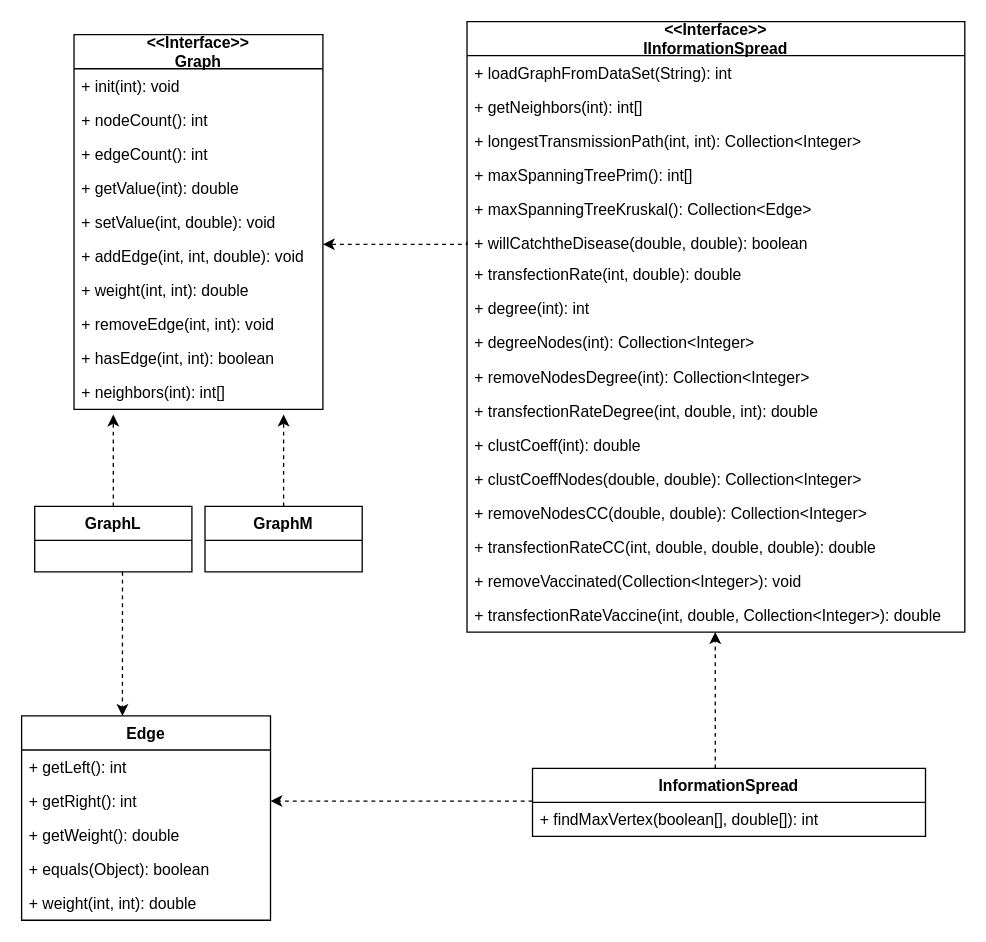
pang-xingxing/594-project keeps this draw.io diagram as hw8/hw8.drawio. Above is the earlier version. Source tidied: cells renumbered, new cells numbered last; positions are measured from the earlier drawing's top-left corner, leaving out a move shared by most shapes. Both pictures are drawn from the tidied source at 131%, with x=0, y=0 at pixel (21, 21).
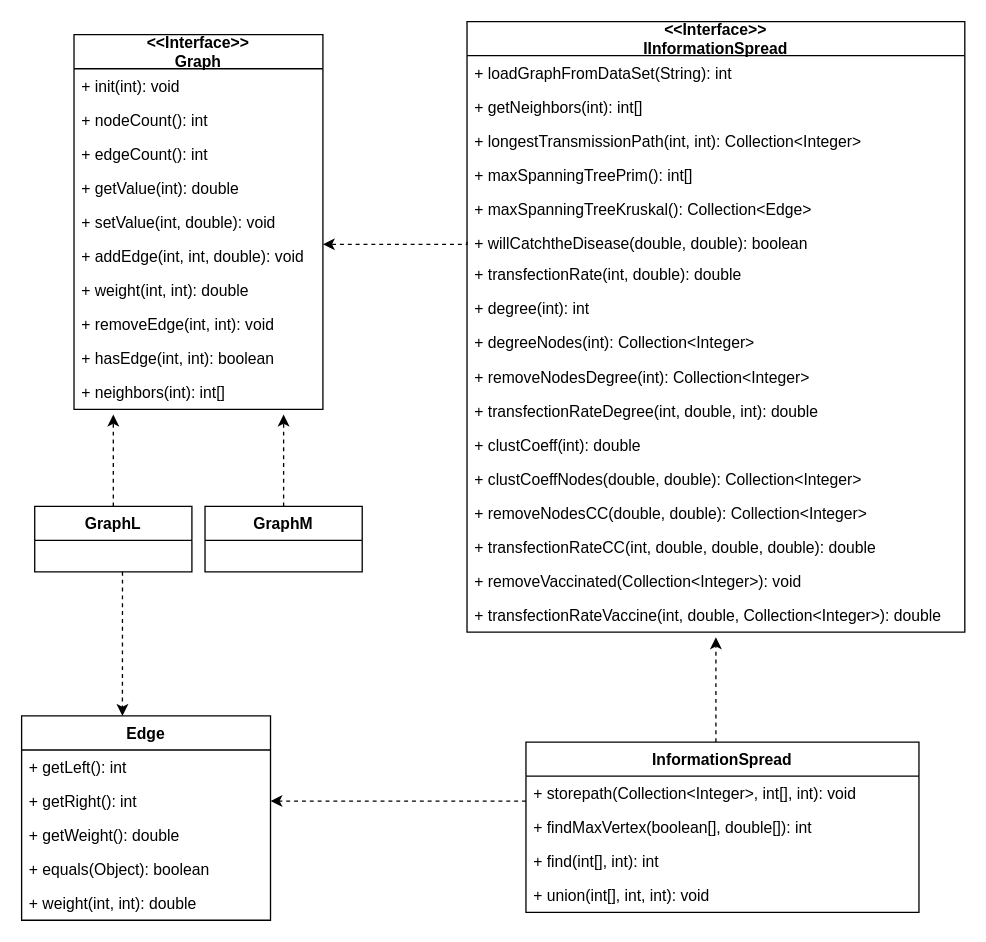
The same page after the edit.

What changed in the source:
```diff
@@
-    <mxCell id="36" style="edgeStyle=orthogonalEdgeStyle;rounded=0;orthogonalLoop=1;jettySize=auto;html=1;dashed=1;exitX=0.5;exitY=0;exitDx=0;exitDy=0;" parent="1" edge="1">
-      <mxGeometry relative="1" as="geometry">
-        <mxPoint x="529.5" y="570" as="sourcePoint" />
-        <mxPoint x="529.5" y="466" as="targetPoint" />
-        <Array as="points">
-          <mxPoint x="529.5" y="536" />
-        </Array>
-      </mxGeometry>
-    </mxCell>
@@
+    <mxCell id="47" style="edgeStyle=orthogonalEdgeStyle;rounded=0;jettySize=auto;html=1;dashed=1;strokeColor=#000000;" parent="1" edge="1" source="38">
+      <mxGeometry relative="1" as="geometry">
+        <mxPoint x="530" y="470" as="targetPoint" />
+        <Array as="points">
+          <mxPoint x="530" y="520" />
+          <mxPoint x="530" y="520" />
+        </Array>
+      </mxGeometry>
+    </mxCell>
     <mxCell id="38" value="InformationSpread" style="swimlane;fontStyle=1;horizontal=1;startSize=26;fillColor=none;" parent="1" vertex="1">
-      <mxGeometry x="390" y="570" width="300" height="52" as="geometry" />
+      <mxGeometry x="385" y="550" width="300" height="130" as="geometry" />
     </mxCell>
-    <mxCell id="39" value="+ findMaxVertex(boolean[], double[]): int" style="text;strokeColor=none;fillColor=none;align=left;verticalAlign=top;spacingLeft=4;spacingRight=4;overflow=hidden;" parent="38" vertex="1">
+    <mxCell id="39" value="+ storepath(Collection&lt;Integer&gt;, int[], int): void" style="text;strokeColor=none;fillColor=none;align=left;verticalAlign=top;spacingLeft=4;spacingRight=4;overflow=hidden;" parent="38" vertex="1">
       <mxGeometry y="26" width="300" height="26" as="geometry" />
     </mxCell>
+    <mxCell id="48" value="+ findMaxVertex(boolean[], double[]): int" style="text;strokeColor=none;fillColor=none;align=left;verticalAlign=top;spacingLeft=4;spacingRight=4;overflow=hidden;" parent="38" vertex="1">
+      <mxGeometry y="52" width="300" height="26" as="geometry" />
+    </mxCell>
+    <mxCell id="49" value="+ find(int[], int): int" style="text;strokeColor=none;fillColor=none;align=left;verticalAlign=top;spacingLeft=4;spacingRight=4;overflow=hidden;" parent="38" vertex="1">
+      <mxGeometry y="78" width="300" height="26" as="geometry" />
+    </mxCell>
+    <mxCell id="50" value="+ union(int[], int, int): void" style="text;strokeColor=none;fillColor=none;align=left;verticalAlign=top;spacingLeft=4;spacingRight=4;overflow=hidden;" parent="38" vertex="1">
+      <mxGeometry y="104" width="300" height="26" as="geometry" />
+    </mxCell>
```
